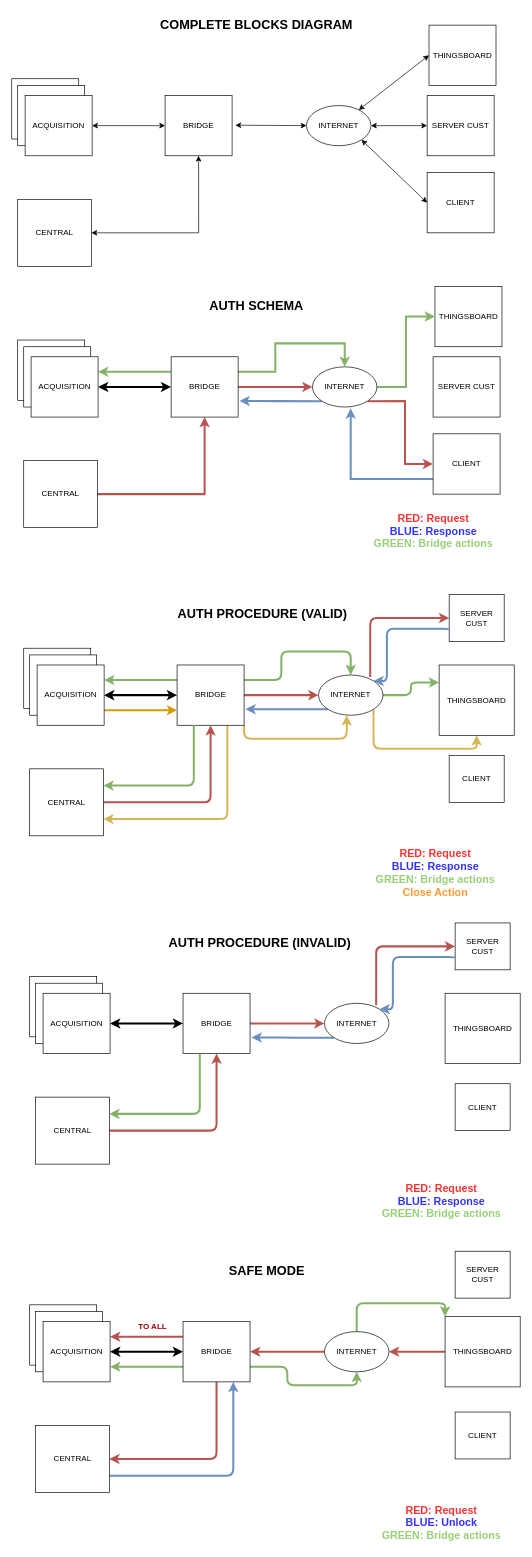
fmarzo/SMASHBOX keeps this draw.io diagram as page "Page-1" (1 of 2) of Doc/Blocks/Working_Blocks/Working_Blocks.drawio. Above is the earlier version. Source tidied: cells renumbered, new cells numbered last; positions are measured from the earlier drawing's top-left corner, leaving out a move shared by most shapes. Both pictures are drawn from the tidied source at 67%, with x=0, y=0 at pixel (11, 11).
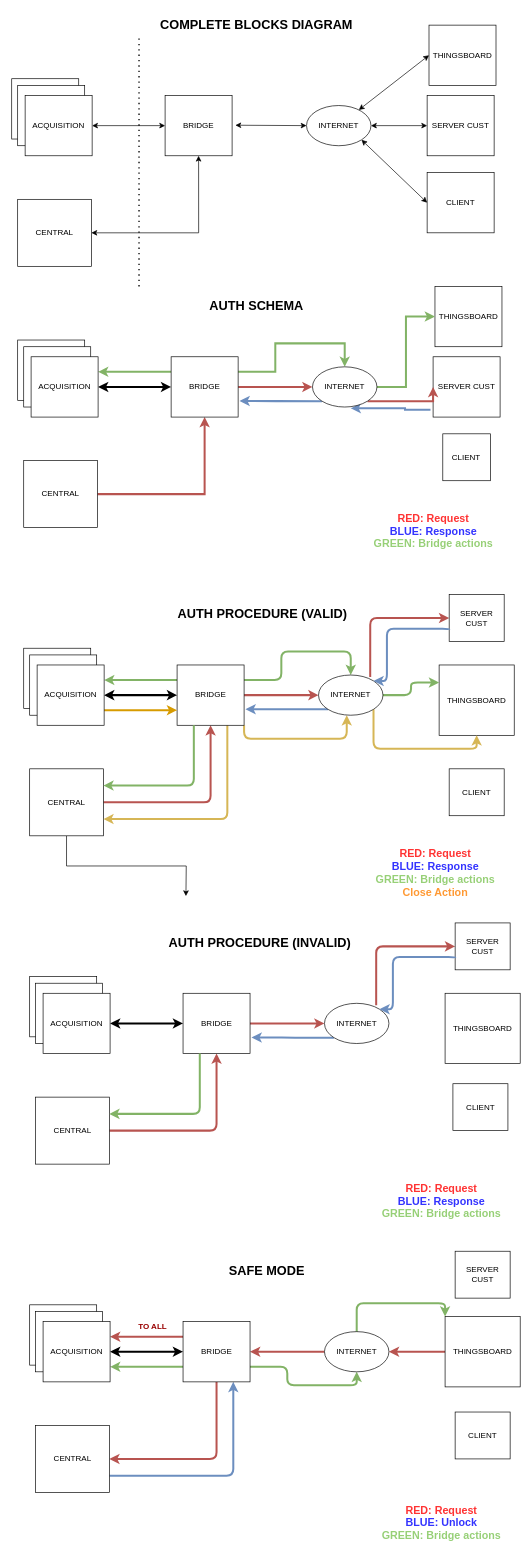
The same page after the edit.

The change refers to these unchanged cells:
```xml
<mxCell id="27" value="SERVER CUST" style="rounded=0;whiteSpace=wrap;html=1;" parent="1" vertex="1">
  <mxGeometry x="628.9" y="515" width="100" height="90" as="geometry" />
</mxCell>
<mxCell id="34" value="INTERNET" style="ellipse;whiteSpace=wrap;html=1;" parent="1" vertex="1">
  <mxGeometry x="448.9" y="530" width="96.2" height="60" as="geometry" />
</mxCell>
<mxCell id="40" value="CENTRAL" style="rounded=0;whiteSpace=wrap;html=1;" parent="1" vertex="1">
  <mxGeometry x="26.8" y="1130" width="110" height="100" as="geometry" />
</mxCell>
```

The edit, as a diff of the source:
```diff
@@
-    <mxCell id="28" style="edgeStyle=orthogonalEdgeStyle;rounded=0;jettySize=auto;html=1;exitX=0;exitY=0.75;exitDx=0;exitDy=0;entryX=0.593;entryY=1.033;entryDx=0;entryDy=0;entryPerimeter=0;fillColor=#dae8fc;strokeColor=#6c8ebf;strokeWidth=3;" parent="1" edge="1" source="29" target="34">
+    <mxCell id="28" style="edgeStyle=orthogonalEdgeStyle;rounded=0;jettySize=auto;html=1;exitX=-0.039;exitY=0.878;exitDx=0;exitDy=0;entryX=0.593;entryY=1.033;entryDx=0;entryDy=0;entryPerimeter=0;fillColor=#dae8fc;strokeColor=#6c8ebf;strokeWidth=3;exitPerimeter=0;" parent="1" edge="1" source="27" target="34">
       <mxGeometry relative="1" as="geometry" />
     </mxCell>
     <mxCell id="29" value="CLIENT" style="rounded=0;whiteSpace=wrap;html=1;" parent="1" vertex="1">
-      <mxGeometry x="628.9" y="630" width="100" height="90" as="geometry" />
+      <mxGeometry x="643.4" y="630" width="71.1" height="70" as="geometry" />
     </mxCell>
@@
-    <mxCell id="31" style="edgeStyle=orthogonalEdgeStyle;rounded=0;jettySize=auto;html=1;exitX=1;exitY=1;exitDx=0;exitDy=0;entryX=0;entryY=0.5;entryDx=0;entryDy=0;fillColor=#f8cecc;strokeColor=#b85450;strokeWidth=3;" parent="1" edge="1" source="34" target="29">
-      <mxGeometry relative="1" as="geometry" />
+    <mxCell id="31" style="edgeStyle=orthogonalEdgeStyle;rounded=0;jettySize=auto;html=1;exitX=1;exitY=1;exitDx=0;exitDy=0;entryX=0;entryY=0.5;entryDx=0;entryDy=0;fillColor=#f8cecc;strokeColor=#b85450;strokeWidth=3;" parent="1" edge="1" source="34" target="27">
+      <mxGeometry relative="1" as="geometry">
+        <Array as="points">
+          <mxPoint x="629" y="581" />
+        </Array>
+      </mxGeometry>
     </mxCell>
@@
+    <mxCell id="102" style="edgeStyle=orthogonalEdgeStyle;rounded=0;jettySize=auto;html=1;exitX=0.5;exitY=1;exitDx=0;exitDy=0;" parent="1" edge="1" source="40">
+      <mxGeometry relative="1" as="geometry">
+        <mxPoint x="260" y="1320" as="targetPoint" />
+      </mxGeometry>
+    </mxCell>
@@
     <mxCell id="48" value="CLIENT" style="rounded=0;whiteSpace=wrap;html=1;" parent="1" vertex="1">
-      <mxGeometry x="652.9" y="1110" width="82.1" height="70" as="geometry" />
+      <mxGeometry x="652.9" y="1130" width="82.1" height="70" as="geometry" />
     </mxCell>
@@
     <mxCell id="70" value="CLIENT" style="rounded=0;whiteSpace=wrap;html=1;" parent="1" vertex="1">
-      <mxGeometry x="661.8" y="1600" width="82.1" height="70" as="geometry" />
+      <mxGeometry x="658.5" y="1600" width="82.1" height="70" as="geometry" />
     </mxCell>
@@
+    <mxCell id="103" style="endArrow=none;dashed=1;html=1;dashPattern=1 3;strokeWidth=2;rounded=0;" parent="1" edge="1">
+      <mxGeometry relative="1" as="geometry">
+        <mxPoint x="190" y="410" as="sourcePoint" />
+        <mxPoint x="190" y="40" as="targetPoint" />
+      </mxGeometry>
+    </mxCell>
```
